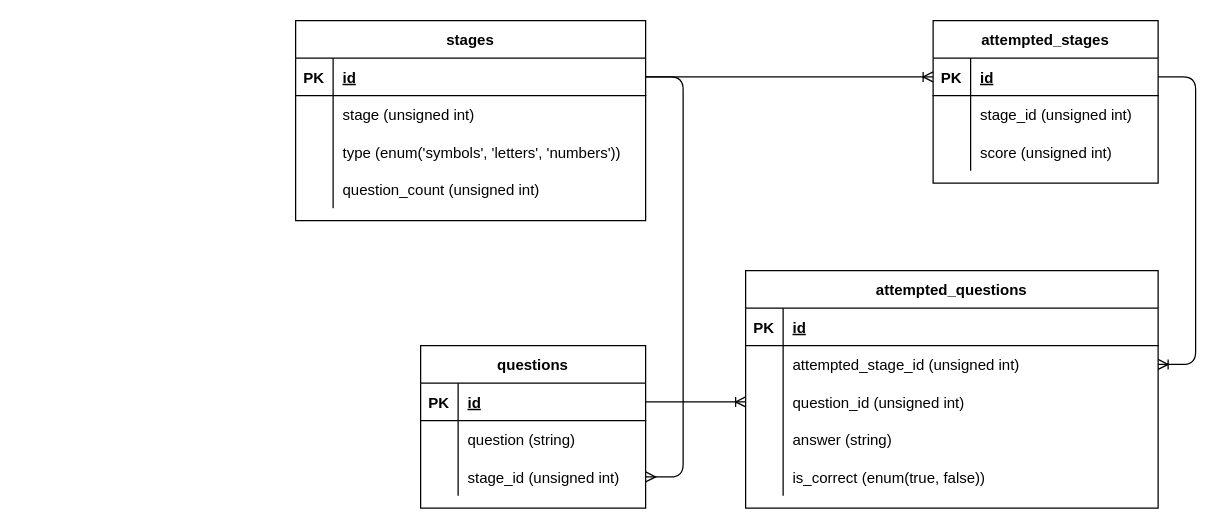
The draw.io diagram diagrams/database-design.drawio in alimtegar/sibisa_api, before the edit. Source tidied: cells renumbered, new cells numbered last; positions are measured from the earlier drawing's top-left corner, leaving out a move shared by most shapes. Both pictures are drawn from the tidied source at 125%, with x=0, y=0 at pixel (295, 20).
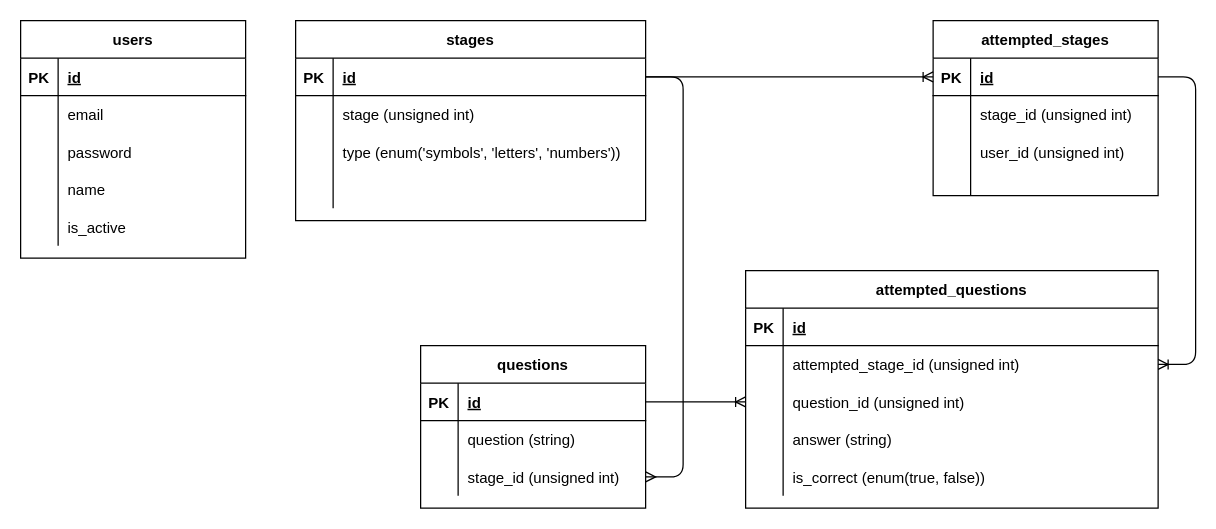
The same diagram, later.

Commit message (it also covers changes not shown here):
Update user columns

The change refers to these unchanged cells:
```xml
<mxCell id="48" style="shape=partialRectangle;fillColor=none;top=0;left=0;bottom=0;right=0;" parent="38" vertex="1">
  <mxGeometry y="120" width="280" height="30" as="geometry" />
</mxCell>
```

The edit, as a diff of the source:
```diff
@@
     <mxCell id="28" value="attempted_stages" style="shape=table;startSize=30;childLayout=tableLayout;rowLines=0;fontStyle=1;align=center;" parent="1" vertex="1">
-      <mxGeometry x="510" width="180" height="130" as="geometry" />
+      <mxGeometry x="510" width="180" height="140" as="geometry" />
     </mxCell>
@@
+    <mxCell id="55" style="shape=partialRectangle;fillColor=none;top=0;left=0;bottom=0;right=0;" parent="28" vertex="1">
+      <mxGeometry y="90" width="180" height="30" as="geometry" />
+    </mxCell>
+    <mxCell id="56" style="shape=partialRectangle;fillColor=none;top=0;left=0;bottom=0;right=0;overflow=hidden;" parent="55" vertex="1">
+      <mxGeometry width="30" height="30" as="geometry" />
+    </mxCell>
+    <mxCell id="57" value="user_id (unsigned int)" style="shape=partialRectangle;fillColor=none;top=0;left=0;bottom=0;right=0;align=left;spacingLeft=6;overflow=hidden;" parent="55" vertex="1">
+      <mxGeometry x="30" width="150" height="30" as="geometry" />
+    </mxCell>
     <mxCell id="35" style="shape=partialRectangle;fillColor=none;top=0;left=0;bottom=0;right=0;" parent="28" vertex="1">
-      <mxGeometry y="90" width="180" height="30" as="geometry" />
+      <mxGeometry y="120" width="180" height="20" as="geometry" />
     </mxCell>
     <mxCell id="36" style="shape=partialRectangle;fillColor=none;top=0;left=0;bottom=0;right=0;overflow=hidden;" parent="35" vertex="1">
-      <mxGeometry width="30" height="30" as="geometry" />
+      <mxGeometry width="30" height="20" as="geometry" />
     </mxCell>
-    <mxCell id="37" value="score (unsigned int)" style="shape=partialRectangle;fillColor=none;top=0;left=0;bottom=0;right=0;align=left;spacingLeft=6;overflow=hidden;" parent="35" vertex="1">
-      <mxGeometry x="30" width="150" height="30" as="geometry" />
+    <mxCell id="37" style="shape=partialRectangle;fillColor=none;top=0;left=0;bottom=0;right=0;align=left;spacingLeft=6;overflow=hidden;" parent="35" vertex="1">
+      <mxGeometry x="30" width="150" height="20" as="geometry" />
     </mxCell>
@@
-    <mxCell id="50" value="question_count (unsigned int)" style="shape=partialRectangle;fillColor=none;top=0;left=0;bottom=0;right=0;align=left;spacingLeft=6;overflow=hidden;" parent="48" vertex="1">
+    <mxCell id="50" style="shape=partialRectangle;fillColor=none;top=0;left=0;bottom=0;right=0;align=left;spacingLeft=6;overflow=hidden;" parent="48" vertex="1">
       <mxGeometry x="30" width="250" height="30" as="geometry" />
     </mxCell>
@@
+    <mxCell id="58" value="users" style="shape=table;startSize=30;childLayout=tableLayout;rowLines=0;fontStyle=1;align=center;" parent="1" vertex="1">
+      <mxGeometry x="-220" width="180" height="190" as="geometry" />
+    </mxCell>
+    <mxCell id="59" style="shape=partialRectangle;fillColor=none;top=0;left=0;bottom=1;right=0;" parent="58" vertex="1">
+      <mxGeometry y="30" width="180" height="30" as="geometry" />
+    </mxCell>
+    <mxCell id="60" value="PK" style="shape=partialRectangle;fillColor=none;top=0;left=0;bottom=0;right=0;fontStyle=1;overflow=hidden;" parent="59" vertex="1">
+      <mxGeometry width="30" height="30" as="geometry" />
+    </mxCell>
+    <mxCell id="61" value="id" style="shape=partialRectangle;fillColor=none;top=0;left=0;bottom=0;right=0;align=left;spacingLeft=6;fontStyle=5;overflow=hidden;" parent="59" vertex="1">
+      <mxGeometry x="30" width="150" height="30" as="geometry" />
+    </mxCell>
+    <mxCell id="62" style="shape=partialRectangle;fillColor=none;top=0;left=0;bottom=0;right=0;" parent="58" vertex="1">
+      <mxGeometry y="60" width="180" height="30" as="geometry" />
+    </mxCell>
+    <mxCell id="63" style="shape=partialRectangle;fillColor=none;top=0;left=0;bottom=0;right=0;overflow=hidden;" parent="62" vertex="1">
+      <mxGeometry width="30" height="30" as="geometry" />
+    </mxCell>
+    <mxCell id="64" value="email" style="shape=partialRectangle;fillColor=none;top=0;left=0;bottom=0;right=0;align=left;spacingLeft=6;overflow=hidden;" parent="62" vertex="1">
+      <mxGeometry x="30" width="150" height="30" as="geometry" />
+    </mxCell>
+    <mxCell id="65" style="shape=partialRectangle;fillColor=none;top=0;left=0;bottom=0;right=0;" parent="58" vertex="1">
+      <mxGeometry y="90" width="180" height="30" as="geometry" />
+    </mxCell>
+    <mxCell id="66" style="shape=partialRectangle;fillColor=none;top=0;left=0;bottom=0;right=0;overflow=hidden;" parent="65" vertex="1">
+      <mxGeometry width="30" height="30" as="geometry" />
+    </mxCell>
+    <mxCell id="67" value="password" style="shape=partialRectangle;fillColor=none;top=0;left=0;bottom=0;right=0;align=left;spacingLeft=6;overflow=hidden;" parent="65" vertex="1">
+      <mxGeometry x="30" width="150" height="30" as="geometry" />
+    </mxCell>
+    <mxCell id="68" style="shape=partialRectangle;fillColor=none;top=0;left=0;bottom=0;right=0;" parent="58" vertex="1">
+      <mxGeometry y="120" width="180" height="30" as="geometry" />
+    </mxCell>
+    <mxCell id="69" style="shape=partialRectangle;fillColor=none;top=0;left=0;bottom=0;right=0;overflow=hidden;" parent="68" vertex="1">
+      <mxGeometry width="30" height="30" as="geometry" />
+    </mxCell>
+    <mxCell id="70" value="name" style="shape=partialRectangle;fillColor=none;top=0;left=0;bottom=0;right=0;align=left;spacingLeft=6;overflow=hidden;" parent="68" vertex="1">
+      <mxGeometry x="30" width="150" height="30" as="geometry" />
+    </mxCell>
+    <mxCell id="71" style="shape=partialRectangle;fillColor=none;top=0;left=0;bottom=0;right=0;" parent="58" vertex="1">
+      <mxGeometry y="150" width="180" height="30" as="geometry" />
+    </mxCell>
+    <mxCell id="72" style="shape=partialRectangle;fillColor=none;top=0;left=0;bottom=0;right=0;overflow=hidden;" parent="71" vertex="1">
+      <mxGeometry width="30" height="30" as="geometry" />
+    </mxCell>
+    <mxCell id="73" value="is_active" style="shape=partialRectangle;fillColor=none;top=0;left=0;bottom=0;right=0;align=left;spacingLeft=6;overflow=hidden;" parent="71" vertex="1">
+      <mxGeometry x="30" width="150" height="30" as="geometry" />
+    </mxCell>
```
